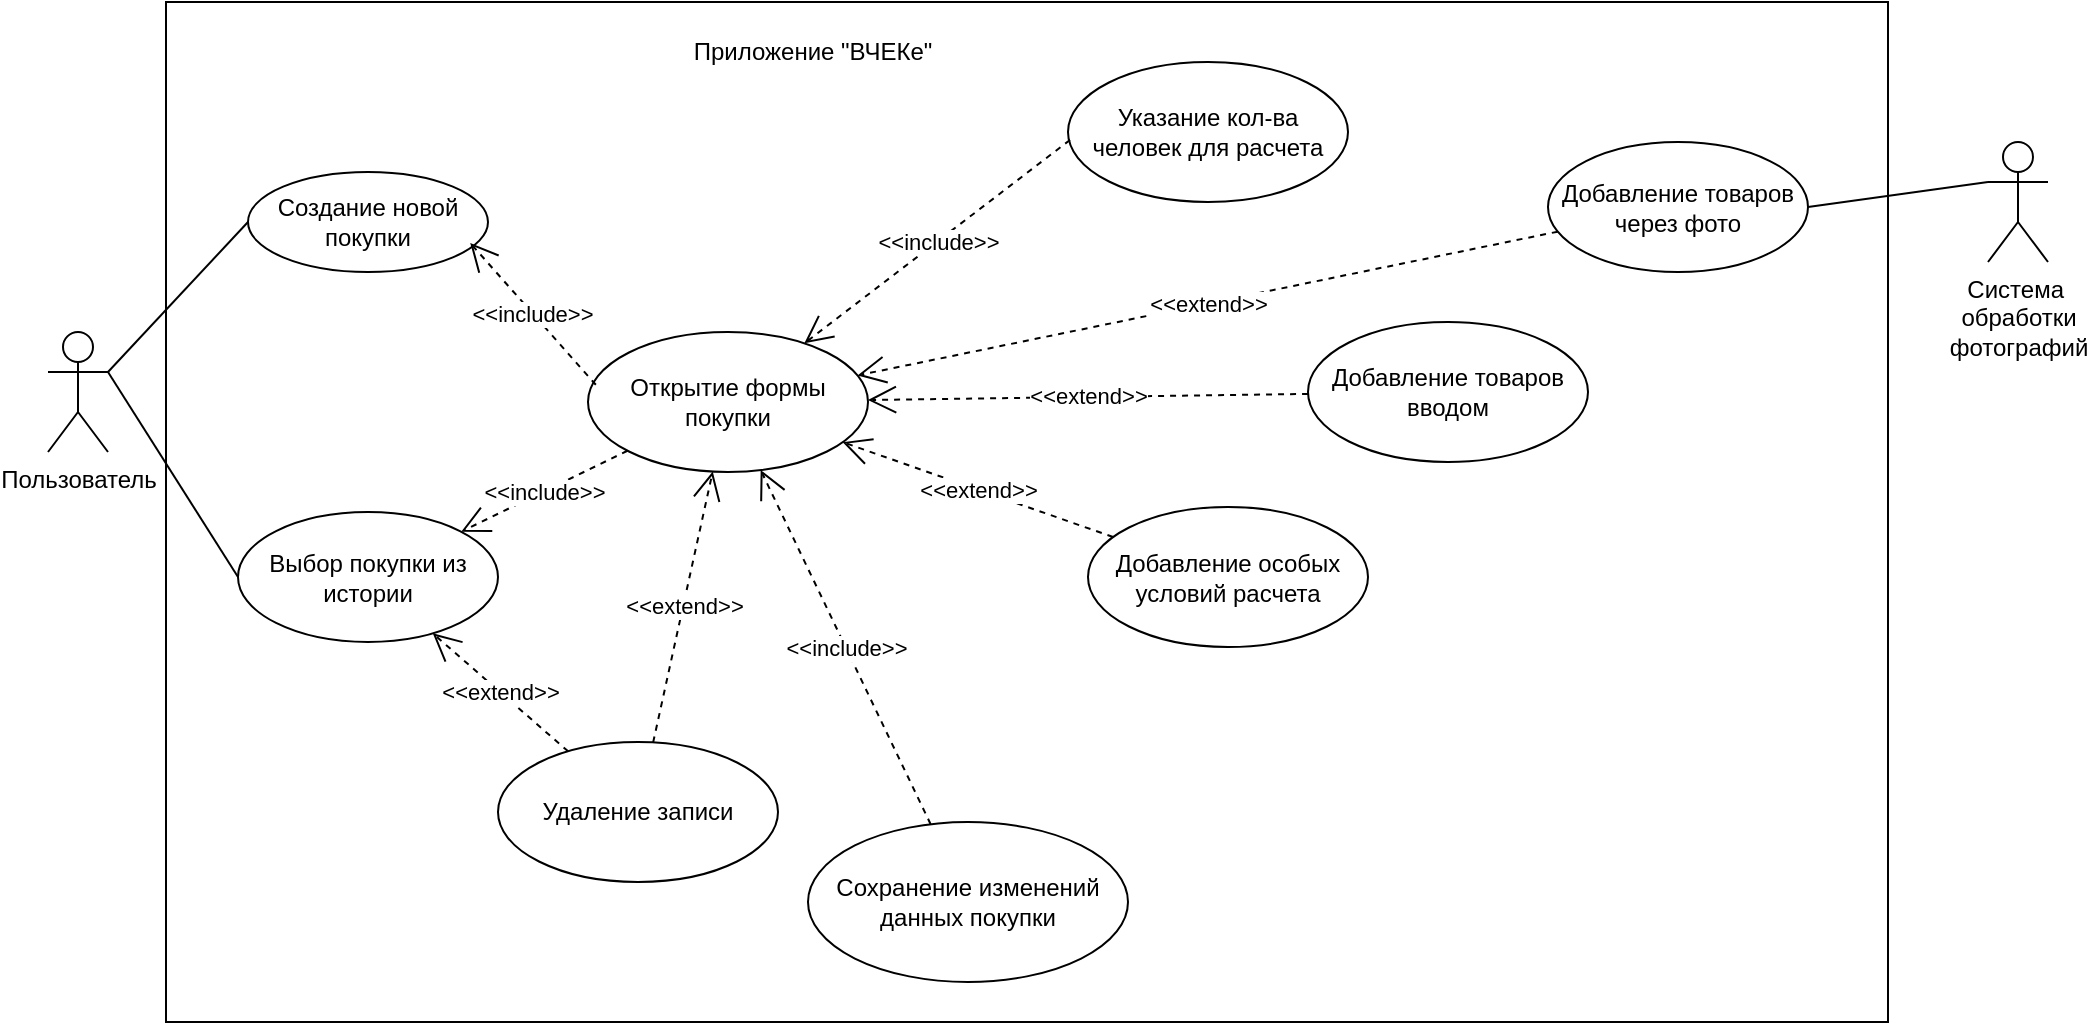
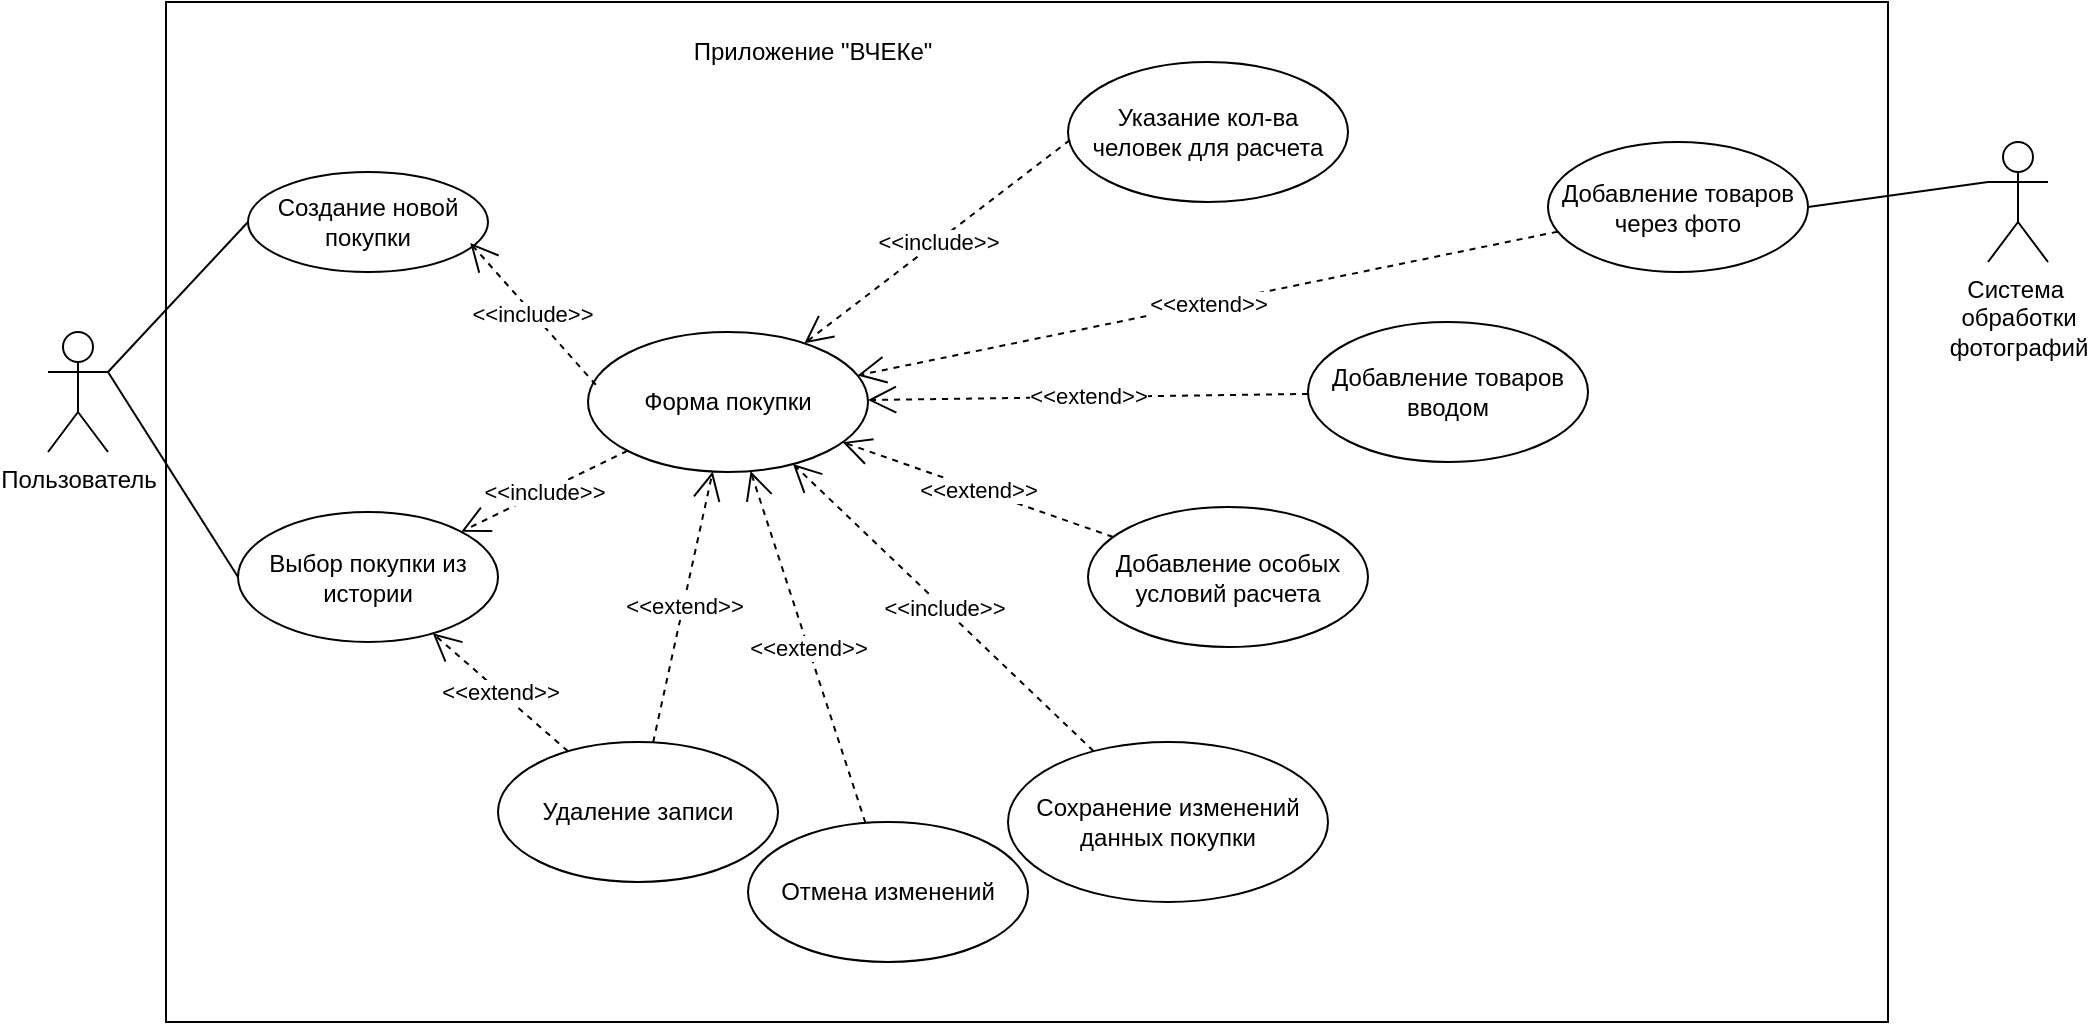
<mxfile host="Electron" agent="Mozilla/5.0 (Windows NT 10.0; Win64; x64) AppleWebKit/537.36 (KHTML, like Gecko) draw.io/27.0.9 Chrome/134.0.6998.205 Electron/35.4.0 Safari/537.36" version="27.0.9">
  <diagram name="Страница — 1" id="q6sIp-WLbv5QjKkUYq7X">
    <mxGraphModel dx="1188" dy="701" grid="1" gridSize="10" guides="1" tooltips="1" connect="1" arrows="1" fold="1" page="1" pageScale="1" pageWidth="827" pageHeight="1169" math="0" shadow="0">
      <root>
        <mxCell id="0" />
        <mxCell id="1" parent="0" />
-         <mxCell id="fkyqvAXJ4WuVfwpvbCXk-1" value="Система&amp;nbsp;&lt;div&gt;обработки&lt;/div&gt;&lt;div&gt;фотографий&lt;/div&gt;" style="shape=umlActor;verticalLabelPosition=bottom;verticalAlign=top;html=1;" vertex="1" parent="1">
+         <mxCell id="fkyqvAXJ4WuVfwpvbCXk-1" value="Система&amp;nbsp;&lt;div&gt;обработки&lt;/div&gt;&lt;div&gt;фотографий&lt;/div&gt;" style="shape=umlActor;verticalLabelPosition=bottom;verticalAlign=top;html=1;" parent="1" vertex="1">
          <mxGeometry x="1000" y="80" width="30" height="60" as="geometry" />
        </mxCell>
-         <mxCell id="fkyqvAXJ4WuVfwpvbCXk-2" value="Пользователь" style="shape=umlActor;verticalLabelPosition=bottom;verticalAlign=top;html=1;" vertex="1" parent="1">
+         <mxCell id="fkyqvAXJ4WuVfwpvbCXk-2" value="Пользователь" style="shape=umlActor;verticalLabelPosition=bottom;verticalAlign=top;html=1;" parent="1" vertex="1">
          <mxGeometry x="30" y="175" width="30" height="60" as="geometry" />
        </mxCell>
-         <mxCell id="fkyqvAXJ4WuVfwpvbCXk-3" value="" style="rounded=0;whiteSpace=wrap;html=1;" vertex="1" parent="1">
+         <mxCell id="fkyqvAXJ4WuVfwpvbCXk-3" value="" style="rounded=0;whiteSpace=wrap;html=1;" parent="1" vertex="1">
          <mxGeometry x="89" y="10" width="861" height="510" as="geometry" />
        </mxCell>
-         <mxCell id="fkyqvAXJ4WuVfwpvbCXk-4" value="Приложение &quot;ВЧЕКе&quot;" style="text;html=1;align=center;verticalAlign=middle;resizable=0;points=[];autosize=1;strokeColor=none;fillColor=none;" vertex="1" parent="1">
+         <mxCell id="fkyqvAXJ4WuVfwpvbCXk-4" value="Приложение &quot;ВЧЕКе&quot;" style="text;html=1;align=center;verticalAlign=middle;resizable=0;points=[];autosize=1;strokeColor=none;fillColor=none;" parent="1" vertex="1">
          <mxGeometry x="342" y="20" width="140" height="30" as="geometry" />
        </mxCell>
-         <mxCell id="fkyqvAXJ4WuVfwpvbCXk-5" value="Создание новой покупки" style="ellipse;whiteSpace=wrap;html=1;" vertex="1" parent="1">
+         <mxCell id="fkyqvAXJ4WuVfwpvbCXk-5" value="Создание новой покупки" style="ellipse;whiteSpace=wrap;html=1;" parent="1" vertex="1">
          <mxGeometry x="130" y="95" width="120" height="50" as="geometry" />
        </mxCell>
-         <mxCell id="fkyqvAXJ4WuVfwpvbCXk-6" value="Выбор покупки из истории" style="ellipse;whiteSpace=wrap;html=1;" vertex="1" parent="1">
+         <mxCell id="fkyqvAXJ4WuVfwpvbCXk-6" value="Выбор покупки из истории" style="ellipse;whiteSpace=wrap;html=1;" parent="1" vertex="1">
          <mxGeometry x="125" y="265" width="130" height="65" as="geometry" />
        </mxCell>
-         <mxCell id="fkyqvAXJ4WuVfwpvbCXk-8" value="" style="endArrow=none;html=1;rounded=0;exitX=1;exitY=0.3333333333333333;exitDx=0;exitDy=0;exitPerimeter=0;entryX=0;entryY=0.5;entryDx=0;entryDy=0;" edge="1" parent="1" source="fkyqvAXJ4WuVfwpvbCXk-2" target="fkyqvAXJ4WuVfwpvbCXk-5">
+         <mxCell id="fkyqvAXJ4WuVfwpvbCXk-8" value="" style="endArrow=none;html=1;rounded=0;exitX=1;exitY=0.3333333333333333;exitDx=0;exitDy=0;exitPerimeter=0;entryX=0;entryY=0.5;entryDx=0;entryDy=0;" parent="1" source="fkyqvAXJ4WuVfwpvbCXk-2" target="fkyqvAXJ4WuVfwpvbCXk-5" edge="1">
          <mxGeometry width="50" height="50" relative="1" as="geometry">
            <mxPoint x="10" y="370" as="sourcePoint" />
            <mxPoint x="60" y="320" as="targetPoint" />
          </mxGeometry>
        </mxCell>
-         <mxCell id="fkyqvAXJ4WuVfwpvbCXk-9" value="" style="endArrow=none;html=1;rounded=0;exitX=1;exitY=0.3333333333333333;exitDx=0;exitDy=0;exitPerimeter=0;entryX=0;entryY=0.5;entryDx=0;entryDy=0;" edge="1" parent="1" source="fkyqvAXJ4WuVfwpvbCXk-2" target="fkyqvAXJ4WuVfwpvbCXk-6">
+         <mxCell id="fkyqvAXJ4WuVfwpvbCXk-9" value="" style="endArrow=none;html=1;rounded=0;exitX=1;exitY=0.3333333333333333;exitDx=0;exitDy=0;exitPerimeter=0;entryX=0;entryY=0.5;entryDx=0;entryDy=0;" parent="1" source="fkyqvAXJ4WuVfwpvbCXk-2" target="fkyqvAXJ4WuVfwpvbCXk-6" edge="1">
          <mxGeometry width="50" height="50" relative="1" as="geometry">
            <mxPoint x="370" y="360" as="sourcePoint" />
            <mxPoint x="420" y="310" as="targetPoint" />
          </mxGeometry>
        </mxCell>
-         <mxCell id="fkyqvAXJ4WuVfwpvbCXk-10" value="Добавление товаров через фото" style="ellipse;whiteSpace=wrap;html=1;" vertex="1" parent="1">
+         <mxCell id="fkyqvAXJ4WuVfwpvbCXk-10" value="Добавление товаров через фото" style="ellipse;whiteSpace=wrap;html=1;" parent="1" vertex="1">
          <mxGeometry x="780" y="80" width="130" height="65" as="geometry" />
        </mxCell>
-         <mxCell id="fkyqvAXJ4WuVfwpvbCXk-11" value="" style="endArrow=none;html=1;rounded=0;exitX=0;exitY=0.3333333333333333;exitDx=0;exitDy=0;exitPerimeter=0;entryX=1;entryY=0.5;entryDx=0;entryDy=0;" edge="1" parent="1" source="fkyqvAXJ4WuVfwpvbCXk-1" target="fkyqvAXJ4WuVfwpvbCXk-10">
+         <mxCell id="fkyqvAXJ4WuVfwpvbCXk-11" value="" style="endArrow=none;html=1;rounded=0;exitX=0;exitY=0.3333333333333333;exitDx=0;exitDy=0;exitPerimeter=0;entryX=1;entryY=0.5;entryDx=0;entryDy=0;" parent="1" source="fkyqvAXJ4WuVfwpvbCXk-1" target="fkyqvAXJ4WuVfwpvbCXk-10" edge="1">
          <mxGeometry width="50" height="50" relative="1" as="geometry">
            <mxPoint x="110" y="230" as="sourcePoint" />
            <mxPoint x="190" y="278" as="targetPoint" />
          </mxGeometry>
        </mxCell>
-         <mxCell id="fkyqvAXJ4WuVfwpvbCXk-12" value="Добавление товаров вводом" style="ellipse;whiteSpace=wrap;html=1;" vertex="1" parent="1">
+         <mxCell id="fkyqvAXJ4WuVfwpvbCXk-12" value="Добавление товаров вводом" style="ellipse;whiteSpace=wrap;html=1;" parent="1" vertex="1">
          <mxGeometry x="660" y="170" width="140" height="70" as="geometry" />
        </mxCell>
-         <mxCell id="fkyqvAXJ4WuVfwpvbCXk-13" value="Указание кол-ва человек для расчета" style="ellipse;whiteSpace=wrap;html=1;" vertex="1" parent="1">
+         <mxCell id="fkyqvAXJ4WuVfwpvbCXk-13" value="Указание кол-ва человек для расчета" style="ellipse;whiteSpace=wrap;html=1;" parent="1" vertex="1">
          <mxGeometry x="540" y="40" width="140" height="70" as="geometry" />
        </mxCell>
-         <mxCell id="fkyqvAXJ4WuVfwpvbCXk-14" value="Добавление особых условий расчета" style="ellipse;whiteSpace=wrap;html=1;" vertex="1" parent="1">
+         <mxCell id="fkyqvAXJ4WuVfwpvbCXk-14" value="Добавление особых условий расчета" style="ellipse;whiteSpace=wrap;html=1;" parent="1" vertex="1">
          <mxGeometry x="550" y="262.5" width="140" height="70" as="geometry" />
        </mxCell>
-         <mxCell id="fkyqvAXJ4WuVfwpvbCXk-15" value="Удаление записи" style="ellipse;whiteSpace=wrap;html=1;" vertex="1" parent="1">
+         <mxCell id="fkyqvAXJ4WuVfwpvbCXk-15" value="Удаление записи" style="ellipse;whiteSpace=wrap;html=1;" parent="1" vertex="1">
          <mxGeometry x="255" y="380" width="140" height="70" as="geometry" />
        </mxCell>
-         <mxCell id="fkyqvAXJ4WuVfwpvbCXk-16" value="&amp;lt;&amp;lt;include&amp;gt;&amp;gt;" style="endArrow=open;endSize=12;dashed=1;html=1;rounded=0;exitX=0.007;exitY=0.557;exitDx=0;exitDy=0;exitPerimeter=0;" edge="1" parent="1" source="fkyqvAXJ4WuVfwpvbCXk-13" target="fkyqvAXJ4WuVfwpvbCXk-23">
+         <mxCell id="fkyqvAXJ4WuVfwpvbCXk-16" value="&amp;lt;&amp;lt;include&amp;gt;&amp;gt;" style="endArrow=open;endSize=12;dashed=1;html=1;rounded=0;exitX=0.007;exitY=0.557;exitDx=0;exitDy=0;exitPerimeter=0;" parent="1" source="fkyqvAXJ4WuVfwpvbCXk-13" target="fkyqvAXJ4WuVfwpvbCXk-23" edge="1">
          <mxGeometry width="160" relative="1" as="geometry">
            <mxPoint x="210" y="360" as="sourcePoint" />
            <mxPoint x="370" y="360" as="targetPoint" />
          </mxGeometry>
        </mxCell>
-         <mxCell id="fkyqvAXJ4WuVfwpvbCXk-18" value="&amp;lt;&amp;lt;extend&amp;gt;&amp;gt;" style="endArrow=open;endSize=12;dashed=1;html=1;rounded=0;" edge="1" parent="1" source="fkyqvAXJ4WuVfwpvbCXk-10" target="fkyqvAXJ4WuVfwpvbCXk-23">
+         <mxCell id="fkyqvAXJ4WuVfwpvbCXk-18" value="&amp;lt;&amp;lt;extend&amp;gt;&amp;gt;" style="endArrow=open;endSize=12;dashed=1;html=1;rounded=0;" parent="1" source="fkyqvAXJ4WuVfwpvbCXk-10" target="fkyqvAXJ4WuVfwpvbCXk-23" edge="1">
          <mxGeometry width="160" relative="1" as="geometry">
            <mxPoint x="360" y="220" as="sourcePoint" />
            <mxPoint x="520" y="220" as="targetPoint" />
          </mxGeometry>
        </mxCell>
-         <mxCell id="fkyqvAXJ4WuVfwpvbCXk-20" value="&amp;lt;&amp;lt;extend&amp;gt;&amp;gt;" style="endArrow=open;endSize=12;dashed=1;html=1;rounded=0;" edge="1" parent="1" source="fkyqvAXJ4WuVfwpvbCXk-12" target="fkyqvAXJ4WuVfwpvbCXk-23">
+         <mxCell id="fkyqvAXJ4WuVfwpvbCXk-20" value="&amp;lt;&amp;lt;extend&amp;gt;&amp;gt;" style="endArrow=open;endSize=12;dashed=1;html=1;rounded=0;" parent="1" source="fkyqvAXJ4WuVfwpvbCXk-12" target="fkyqvAXJ4WuVfwpvbCXk-23" edge="1">
          <mxGeometry width="160" relative="1" as="geometry">
            <mxPoint x="492" y="190" as="sourcePoint" />
            <mxPoint x="250" y="195" as="targetPoint" />
          </mxGeometry>
        </mxCell>
-         <mxCell id="fkyqvAXJ4WuVfwpvbCXk-21" value="&amp;lt;&amp;lt;extend&amp;gt;&amp;gt;" style="endArrow=open;endSize=12;dashed=1;html=1;rounded=0;" edge="1" parent="1" source="fkyqvAXJ4WuVfwpvbCXk-14" target="fkyqvAXJ4WuVfwpvbCXk-23">
+         <mxCell id="fkyqvAXJ4WuVfwpvbCXk-21" value="&amp;lt;&amp;lt;extend&amp;gt;&amp;gt;" style="endArrow=open;endSize=12;dashed=1;html=1;rounded=0;" parent="1" source="fkyqvAXJ4WuVfwpvbCXk-14" target="fkyqvAXJ4WuVfwpvbCXk-23" edge="1">
          <mxGeometry width="160" relative="1" as="geometry">
            <mxPoint x="642" y="210" as="sourcePoint" />
            <mxPoint x="400" y="215" as="targetPoint" />
          </mxGeometry>
        </mxCell>
-         <mxCell id="fkyqvAXJ4WuVfwpvbCXk-22" value="&amp;lt;&amp;lt;extend&amp;gt;&amp;gt;" style="endArrow=open;endSize=12;dashed=1;html=1;rounded=0;" edge="1" parent="1" source="fkyqvAXJ4WuVfwpvbCXk-15" target="fkyqvAXJ4WuVfwpvbCXk-23">
+         <mxCell id="fkyqvAXJ4WuVfwpvbCXk-22" value="&amp;lt;&amp;lt;extend&amp;gt;&amp;gt;" style="endArrow=open;endSize=12;dashed=1;html=1;rounded=0;" parent="1" source="fkyqvAXJ4WuVfwpvbCXk-15" target="fkyqvAXJ4WuVfwpvbCXk-23" edge="1">
          <mxGeometry width="160" relative="1" as="geometry">
            <mxPoint x="554" y="366" as="sourcePoint" />
            <mxPoint x="390" y="250" as="targetPoint" />
          </mxGeometry>
        </mxCell>
-         <mxCell id="fkyqvAXJ4WuVfwpvbCXk-23" value="Открытие формы покупки" style="ellipse;whiteSpace=wrap;html=1;" vertex="1" parent="1">
+         <mxCell id="fkyqvAXJ4WuVfwpvbCXk-23" value="Форма покупки" style="ellipse;whiteSpace=wrap;html=1;" parent="1" vertex="1">
          <mxGeometry x="300" y="175" width="140" height="70" as="geometry" />
        </mxCell>
-         <mxCell id="fkyqvAXJ4WuVfwpvbCXk-24" value="&amp;lt;&amp;lt;include&amp;gt;&amp;gt;" style="endArrow=open;endSize=12;dashed=1;html=1;rounded=0;exitX=0.028;exitY=0.377;exitDx=0;exitDy=0;exitPerimeter=0;entryX=0.926;entryY=0.71;entryDx=0;entryDy=0;entryPerimeter=0;" edge="1" parent="1" source="fkyqvAXJ4WuVfwpvbCXk-23" target="fkyqvAXJ4WuVfwpvbCXk-5">
+         <mxCell id="fkyqvAXJ4WuVfwpvbCXk-24" value="&amp;lt;&amp;lt;include&amp;gt;&amp;gt;" style="endArrow=open;endSize=12;dashed=1;html=1;rounded=0;exitX=0.028;exitY=0.377;exitDx=0;exitDy=0;exitPerimeter=0;entryX=0.926;entryY=0.71;entryDx=0;entryDy=0;entryPerimeter=0;" parent="1" source="fkyqvAXJ4WuVfwpvbCXk-23" target="fkyqvAXJ4WuVfwpvbCXk-5" edge="1">
          <mxGeometry width="160" relative="1" as="geometry">
            <mxPoint x="573" y="160" as="sourcePoint" />
            <mxPoint x="440" y="262" as="targetPoint" />
          </mxGeometry>
        </mxCell>
-         <mxCell id="fkyqvAXJ4WuVfwpvbCXk-25" value="&amp;lt;&amp;lt;include&amp;gt;&amp;gt;" style="endArrow=open;endSize=12;dashed=1;html=1;rounded=0;" edge="1" parent="1" source="fkyqvAXJ4WuVfwpvbCXk-23" target="fkyqvAXJ4WuVfwpvbCXk-6">
+         <mxCell id="fkyqvAXJ4WuVfwpvbCXk-25" value="&amp;lt;&amp;lt;include&amp;gt;&amp;gt;" style="endArrow=open;endSize=12;dashed=1;html=1;rounded=0;" parent="1" source="fkyqvAXJ4WuVfwpvbCXk-23" target="fkyqvAXJ4WuVfwpvbCXk-6" edge="1">
          <mxGeometry width="160" relative="1" as="geometry">
            <mxPoint x="393" y="200" as="sourcePoint" />
            <mxPoint x="260" y="302" as="targetPoint" />
          </mxGeometry>
        </mxCell>
-         <mxCell id="fkyqvAXJ4WuVfwpvbCXk-26" value="&amp;lt;&amp;lt;extend&amp;gt;&amp;gt;" style="endArrow=open;endSize=12;dashed=1;html=1;rounded=0;" edge="1" parent="1" source="fkyqvAXJ4WuVfwpvbCXk-15" target="fkyqvAXJ4WuVfwpvbCXk-6">
+         <mxCell id="fkyqvAXJ4WuVfwpvbCXk-26" value="&amp;lt;&amp;lt;extend&amp;gt;&amp;gt;" style="endArrow=open;endSize=12;dashed=1;html=1;rounded=0;" parent="1" source="fkyqvAXJ4WuVfwpvbCXk-15" target="fkyqvAXJ4WuVfwpvbCXk-6" edge="1">
          <mxGeometry width="160" relative="1" as="geometry">
            <mxPoint x="342" y="436" as="sourcePoint" />
            <mxPoint x="281" y="330" as="targetPoint" />
          </mxGeometry>
        </mxCell>
-         <mxCell id="fkyqvAXJ4WuVfwpvbCXk-27" value="&amp;lt;&amp;lt;include&amp;gt;&amp;gt;" style="endArrow=open;endSize=12;dashed=1;html=1;rounded=0;" edge="1" parent="1" source="fkyqvAXJ4WuVfwpvbCXk-28" target="fkyqvAXJ4WuVfwpvbCXk-23">
+         <mxCell id="fkyqvAXJ4WuVfwpvbCXk-27" value="&amp;lt;&amp;lt;include&amp;gt;&amp;gt;" style="endArrow=open;endSize=12;dashed=1;html=1;rounded=0;" parent="1" source="fkyqvAXJ4WuVfwpvbCXk-28" target="fkyqvAXJ4WuVfwpvbCXk-23" edge="1">
          <mxGeometry width="160" relative="1" as="geometry">
            <mxPoint x="462.68" y="402.66" as="sourcePoint" />
            <mxPoint x="439.99999999999994" y="265.00000000000006" as="targetPoint" />
          </mxGeometry>
        </mxCell>
-         <mxCell id="fkyqvAXJ4WuVfwpvbCXk-28" value="Сохранение изменений данных покупки" style="ellipse;whiteSpace=wrap;html=1;" vertex="1" parent="1">
-           <mxGeometry x="410" y="420" width="160" height="80" as="geometry" />
+         <mxCell id="fkyqvAXJ4WuVfwpvbCXk-28" value="Сохранение изменений данных покупки" style="ellipse;whiteSpace=wrap;html=1;" parent="1" vertex="1">
+           <mxGeometry x="510" y="380" width="160" height="80" as="geometry" />
+         </mxCell>
+         <mxCell id="ToE1Ll6VBSa3ydgPX7v2-1" value="Отмена изменений" style="ellipse;whiteSpace=wrap;html=1;" vertex="1" parent="1">
+           <mxGeometry x="380" y="420" width="140" height="70" as="geometry" />
+         </mxCell>
+         <mxCell id="ToE1Ll6VBSa3ydgPX7v2-2" value="&amp;lt;&amp;lt;extend&amp;gt;&amp;gt;" style="endArrow=open;endSize=12;dashed=1;html=1;rounded=0;" edge="1" parent="1" source="ToE1Ll6VBSa3ydgPX7v2-1" target="fkyqvAXJ4WuVfwpvbCXk-23">
+           <mxGeometry width="160" relative="1" as="geometry">
+             <mxPoint x="400" y="485" as="sourcePoint" />
+             <mxPoint x="429" y="350" as="targetPoint" />
+           </mxGeometry>
        </mxCell>
      </root>
    </mxGraphModel>
  </diagram>
</mxfile>
